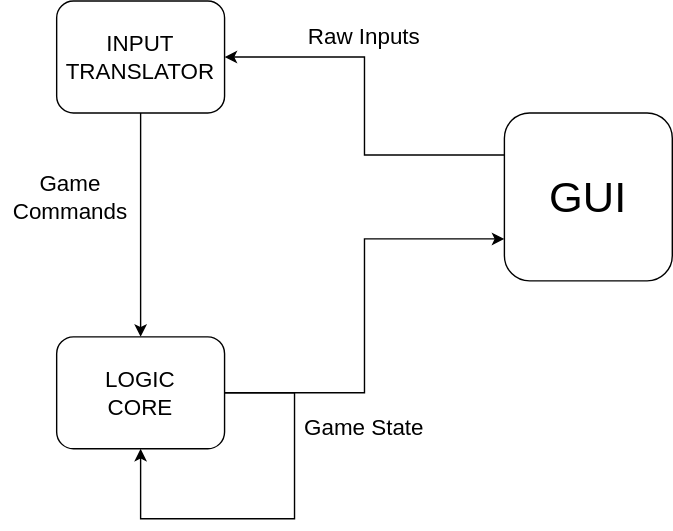
Earlier version of the draw.io export docs/engine-design.svg (eniallator/Property-Tycoon). Source tidied: cells renumbered, new cells last; positions are measured from the earlier drawing's top-left corner, leaving out a move shared by most shapes. Its diagram source:
```xml
<mxGraphModel>
  <root>
    <mxCell id="0" />
    <mxCell id="1" parent="0" />
    <mxCell id="2" style="edgeStyle=orthogonalEdgeStyle;rounded=0;jettySize=auto;html=1;exitX=0.5;exitY=1;exitDx=0;exitDy=0;entryX=0.5;entryY=0;entryDx=0;entryDy=0;fontSize=16;" parent="1" edge="1" source="3" target="7">
      <mxGeometry relative="1" as="geometry" />
    </mxCell>
    <mxCell id="3" value="&lt;div style=&quot;font-size: 16px;&quot;&gt;INPUT&lt;/div&gt;&lt;div style=&quot;font-size: 16px;&quot;&gt;TRANSLATOR&lt;br style=&quot;font-size: 16px;&quot;&gt;&lt;/div&gt;" style="rounded=1;whiteSpace=wrap;html=1;fontSize=16;" parent="1" vertex="1">
      <mxGeometry x="40" width="120" height="80" as="geometry" />
    </mxCell>
    <mxCell id="4" style="edgeStyle=orthogonalEdgeStyle;rounded=0;jettySize=auto;html=1;exitX=0;exitY=0.25;exitDx=0;exitDy=0;entryX=1;entryY=0.5;entryDx=0;entryDy=0;fontSize=16;" parent="1" edge="1" source="5" target="3">
      <mxGeometry relative="1" as="geometry" />
    </mxCell>
    <mxCell id="5" value="GUI" style="rounded=1;whiteSpace=wrap;html=1;fontSize=31;" parent="1" vertex="1">
      <mxGeometry x="360" y="80" width="120" height="120" as="geometry" />
    </mxCell>
    <mxCell id="6" style="edgeStyle=orthogonalEdgeStyle;rounded=0;jettySize=auto;html=1;exitX=1;exitY=0.5;exitDx=0;exitDy=0;entryX=0;entryY=0.75;entryDx=0;entryDy=0;fontSize=16;" parent="1" edge="1" source="7" target="5">
      <mxGeometry relative="1" as="geometry" />
    </mxCell>
    <mxCell id="7" value="&lt;div&gt;LOGIC&lt;/div&gt;&lt;div&gt;CORE&lt;br&gt;&lt;/div&gt;" style="rounded=1;whiteSpace=wrap;html=1;fontSize=16;" parent="1" vertex="1">
      <mxGeometry x="40" y="240" width="120" height="80" as="geometry" />
    </mxCell>
    <mxCell id="8" style="edgeStyle=orthogonalEdgeStyle;rounded=0;orthogonalLoop=1;jettySize=auto;html=1;exitX=1;exitY=0.5;exitDx=0;exitDy=0;entryX=0.5;entryY=1;entryDx=0;entryDy=0;fontSize=16;" parent="1" edge="1" source="7" target="7">
      <mxGeometry relative="1" as="geometry">
        <Array as="points">
          <mxPoint x="210" y="280" />
          <mxPoint x="210" y="370" />
          <mxPoint x="100" y="370" />
        </Array>
      </mxGeometry>
    </mxCell>
    <mxCell id="9" value="Game State" style="text;html=1;strokeColor=none;fillColor=none;align=center;verticalAlign=middle;whiteSpace=wrap;rounded=0;fontSize=16;" parent="1" vertex="1">
      <mxGeometry x="210" y="290" width="100" height="30" as="geometry" />
    </mxCell>
    <mxCell id="10" value="Raw Inputs" style="text;html=1;strokeColor=none;fillColor=none;align=center;verticalAlign=middle;whiteSpace=wrap;rounded=0;fontSize=16;" parent="1" vertex="1">
      <mxGeometry x="210" y="10" width="100" height="30" as="geometry" />
    </mxCell>
    <mxCell id="11" value="&lt;div&gt;Game&lt;/div&gt;&lt;div&gt;Commands&lt;br&gt;&lt;/div&gt;" style="text;html=1;strokeColor=none;fillColor=none;align=center;verticalAlign=middle;whiteSpace=wrap;rounded=0;fontSize=16;" parent="1" vertex="1">
      <mxGeometry y="125" width="100" height="30" as="geometry" />
    </mxCell>
  </root>
</mxGraphModel>
```
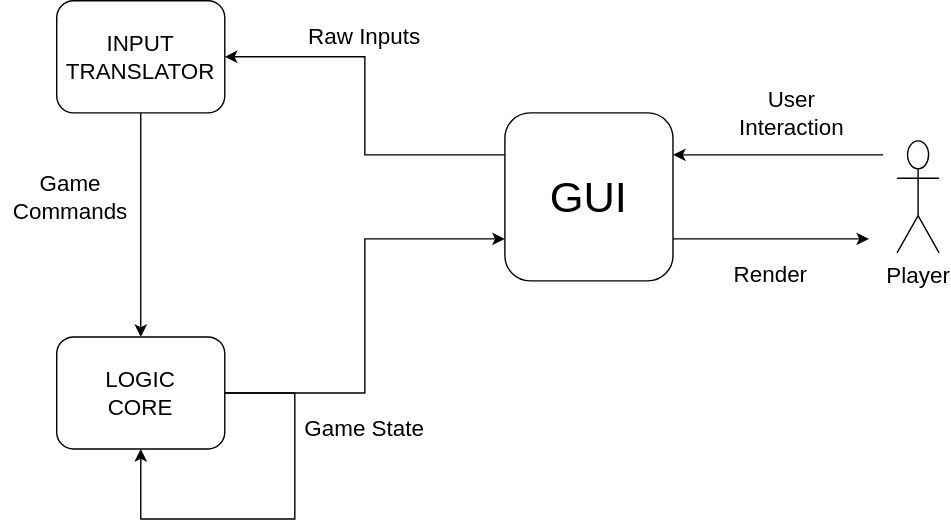
Later version of the same file.

Commit message:
Updated design diagram

Change to the diagram source:
```diff
@@ -11,6 +11,11 @@
     <mxCell id="4" style="edgeStyle=orthogonalEdgeStyle;rounded=0;jettySize=auto;html=1;exitX=0;exitY=0.25;exitDx=0;exitDy=0;entryX=1;entryY=0.5;entryDx=0;entryDy=0;fontSize=16;" parent="1" edge="1" source="5" target="3">
       <mxGeometry relative="1" as="geometry" />
     </mxCell>
+    <mxCell id="12" style="edgeStyle=orthogonalEdgeStyle;rounded=0;jettySize=auto;html=1;exitX=1;exitY=0.75;exitDx=0;exitDy=0;fontSize=16;" parent="1" edge="1" source="5">
+      <mxGeometry relative="1" as="geometry">
+        <mxPoint x="620" y="170" as="targetPoint" />
+      </mxGeometry>
+    </mxCell>
     <mxCell id="5" value="GUI" style="rounded=1;whiteSpace=wrap;html=1;fontSize=31;" parent="1" vertex="1">
       <mxGeometry x="360" y="80" width="120" height="120" as="geometry" />
     </mxCell>
@@ -38,5 +43,19 @@
     <mxCell id="11" value="&lt;div&gt;Game&lt;/div&gt;&lt;div&gt;Commands&lt;br&gt;&lt;/div&gt;" style="text;html=1;strokeColor=none;fillColor=none;align=center;verticalAlign=middle;whiteSpace=wrap;rounded=0;fontSize=16;" parent="1" vertex="1">
       <mxGeometry y="125" width="100" height="30" as="geometry" />
     </mxCell>
+    <mxCell id="13" value="Player" style="shape=umlActor;verticalLabelPosition=bottom;labelBackgroundColor=#ffffff;verticalAlign=top;html=1;fontSize=16;" parent="1" vertex="1">
+      <mxGeometry x="640" y="100" width="30" height="80" as="geometry" />
+    </mxCell>
+    <mxCell id="14" style="endArrow=classic;html=1;fontSize=16;entryX=1;entryY=0.25;entryDx=0;entryDy=0;" parent="1" edge="1" target="5">
+      <mxGeometry relative="1" as="geometry">
+        <mxPoint x="630" y="110" as="sourcePoint" />
+      </mxGeometry>
+    </mxCell>
+    <mxCell id="15" value="User Interaction" style="text;html=1;strokeColor=none;fillColor=none;align=center;verticalAlign=middle;whiteSpace=wrap;rounded=0;fontSize=16;" parent="1" vertex="1">
+      <mxGeometry x="530" y="60" width="70" height="40" as="geometry" />
+    </mxCell>
+    <mxCell id="16" value="Render" style="text;html=1;strokeColor=none;fillColor=none;align=center;verticalAlign=middle;whiteSpace=wrap;rounded=0;fontSize=16;" parent="1" vertex="1">
+      <mxGeometry x="500" y="180" width="100" height="30" as="geometry" />
+    </mxCell>
   </root>
 </mxGraphModel>
```
